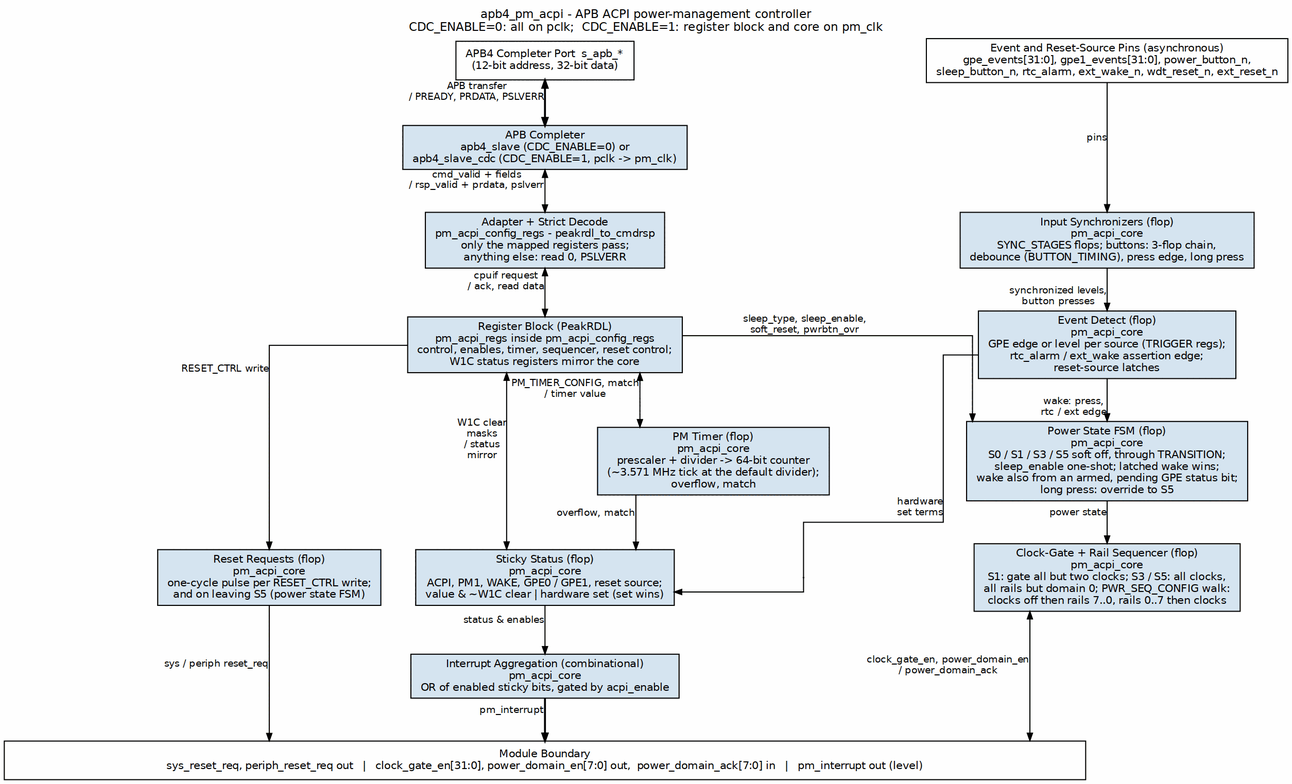
Earlier version of the Graphviz export projects/components/legacy-ip/retro_legacy_blocks/docs/pm_acpi_mas/assets/graphviz/pm_acpi_whole_unit.png (sean-galloway/RTLDesignSherpa). Its source is kept beside it as projects/components/legacy-ip/retro_legacy_blocks/docs/pm_acpi_mas/assets/graphviz/pm_acpi_whole_unit.dot.
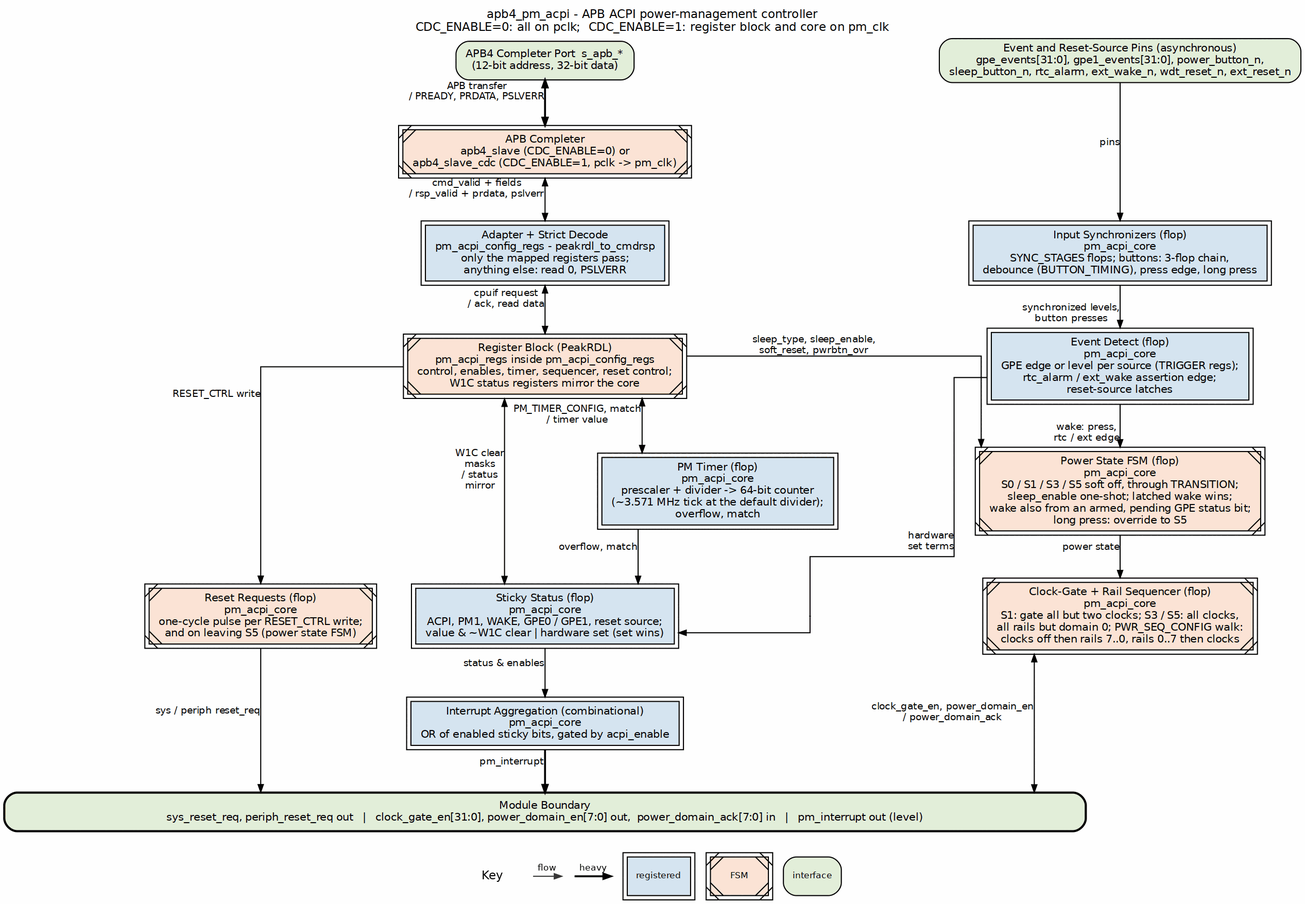
Later version of the same file.

What changed in the source:
```diff
@@ -4,29 +4,29 @@
            label="apb4_pm_acpi - APB ACPI power-management controller\nCDC_ENABLE=0: all on pclk;  CDC_ENABLE=1: register block and core on pm_clk",
            labelloc=t, labeljust=c];
     node  [fontname="Helvetica", fontsize=10, shape=box, style=filled,
-           fillcolor="#D6E4F0", color="black", margin="0.12,0.06"];
+           fillcolor="white", color="black", margin="0.12,0.06"];
     edge  [fontname="Helvetica", fontsize=9, color="black", arrowsize=0.7];
 
-    apb  [group=C, fillcolor="white", label="APB4 Completer Port  s_apb_*\n(12-bit address, 32-bit data)"];
-    pins [group=R, fillcolor="white", label="Event and Reset-Source Pins (asynchronous)\ngpe_events[31:0], gpe1_events[31:0], power_button_n,\nsleep_button_n, rtc_alarm, ext_wake_n, wdt_reset_n, ext_reset_n"];
+    apb  [group=C, fillcolor="white", label="APB4 Completer Port  s_apb_*\n(12-bit address, 32-bit data)", style="rounded,filled", fillcolor="#E2EFDA"];
+    pins [group=R, fillcolor="white", label="Event and Reset-Source Pins (asynchronous)\ngpe_events[31:0], gpe1_events[31:0], power_button_n,\nsleep_button_n, rtc_alarm, ext_wake_n, wdt_reset_n, ext_reset_n", style="rounded,filled", fillcolor="#E2EFDA"];
 
-    slv  [group=C, label="APB Completer\napb4_slave (CDC_ENABLE=0) or\napb4_slave_cdc (CDC_ENABLE=1, pclk -> pm_clk)"];
-    dec  [group=C, label="Adapter + Strict Decode\npm_acpi_config_regs - peakrdl_to_cmdrsp\nonly the mapped registers pass;\nanything else: read 0, PSLVERR"];
-    regs [group=C, label="Register Block (PeakRDL)\npm_acpi_regs inside pm_acpi_config_regs\ncontrol, enables, timer, sequencer, reset control;\nW1C status registers mirror the core"];
+    slv  [group=C, label="APB Completer\napb4_slave (CDC_ENABLE=0) or\napb4_slave_cdc (CDC_ENABLE=1, pclk -> pm_clk)", peripheries=2, style="filled,diagonals", fillcolor="#FCE4D6"];
+    dec  [group=C, label="Adapter + Strict Decode\npm_acpi_config_regs - peakrdl_to_cmdrsp\nonly the mapped registers pass;\nanything else: read 0, PSLVERR", peripheries=2, style="filled", fillcolor="#D6E4F0"];
+    regs [group=C, label="Register Block (PeakRDL)\npm_acpi_regs inside pm_acpi_config_regs\ncontrol, enables, timer, sequencer, reset control;\nW1C status registers mirror the core", peripheries=2, style="filled,diagonals", fillcolor="#FCE4D6"];
 
-    sync [group=R, label="Input Synchronizers (flop)\npm_acpi_core\nSYNC_STAGES flops; buttons: 3-flop chain,\ndebounce (BUTTON_TIMING), press edge, long press"];
-    det  [group=R, label="Event Detect (flop)\npm_acpi_core\nGPE edge or level per source (TRIGGER regs);\nrtc_alarm / ext_wake assertion edge;\nreset-source latches"];
+    sync [group=R, label="Input Synchronizers (flop)\npm_acpi_core\nSYNC_STAGES flops; buttons: 3-flop chain,\ndebounce (BUTTON_TIMING), press edge, long press", peripheries=2, style="filled", fillcolor="#D6E4F0"];
+    det  [group=R, label="Event Detect (flop)\npm_acpi_core\nGPE edge or level per source (TRIGGER regs);\nrtc_alarm / ext_wake assertion edge;\nreset-source latches", peripheries=2, style="filled", fillcolor="#D6E4F0"];
 
-    tmr  [group=L, label="PM Timer (flop)\npm_acpi_core\nprescaler + divider -> 64-bit counter\n(~3.571 MHz tick at the default divider);\noverflow, match"];
-    fsm  [group=R, label="Power State FSM (flop)\npm_acpi_core\nS0 / S1 / S3 / S5 soft off, through TRANSITION;\nsleep_enable one-shot; latched wake wins;\nwake also from an armed, pending GPE status bit;\nlong press: override to S5"];
-    sts  [group=C, label="Sticky Status (flop)\npm_acpi_core\nACPI, PM1, WAKE, GPE0 / GPE1, reset source;\nvalue & ~W1C clear | hardware set (set wins)"];
+    tmr  [group=L, label="PM Timer (flop)\npm_acpi_core\nprescaler + divider -> 64-bit counter\n(~3.571 MHz tick at the default divider);\noverflow, match", peripheries=2, style="filled", fillcolor="#D6E4F0"];
+    fsm  [group=R, label="Power State FSM (flop)\npm_acpi_core\nS0 / S1 / S3 / S5 soft off, through TRANSITION;\nsleep_enable one-shot; latched wake wins;\nwake also from an armed, pending GPE status bit;\nlong press: override to S5", peripheries=2, style="filled,diagonals", fillcolor="#FCE4D6"];
+    sts  [group=C, label="Sticky Status (flop)\npm_acpi_core\nACPI, PM1, WAKE, GPE0 / GPE1, reset source;\nvalue & ~W1C clear | hardware set (set wins)", peripheries=2, style="filled", fillcolor="#D6E4F0"];
 
-    rst  [group=L, label="Reset Requests (flop)\npm_acpi_core\none-cycle pulse per RESET_CTRL write;\nand on leaving S5 (power state FSM)"];
-    seq  [group=R, label="Clock-Gate + Rail Sequencer (flop)\npm_acpi_core\nS1: gate all but two clocks; S3 / S5: all clocks,\nall rails but domain 0; PWR_SEQ_CONFIG walk:\nclocks off then rails 7..0, rails 0..7 then clocks"];
-    irq  [group=C, label="Interrupt Aggregation (combinational)\npm_acpi_core\nOR of enabled sticky bits, gated by acpi_enable"];
+    rst  [group=L, label="Reset Requests (flop)\npm_acpi_core\none-cycle pulse per RESET_CTRL write;\nand on leaving S5 (power state FSM)", peripheries=2, style="filled,diagonals", fillcolor="#FCE4D6"];
+    seq  [group=R, label="Clock-Gate + Rail Sequencer (flop)\npm_acpi_core\nS1: gate all but two clocks; S3 / S5: all clocks,\nall rails but domain 0; PWR_SEQ_CONFIG walk:\nclocks off then rails 7..0, rails 0..7 then clocks", peripheries=2, style="filled,diagonals", fillcolor="#FCE4D6"];
+    irq  [group=C, label="Interrupt Aggregation (combinational)\npm_acpi_core\nOR of enabled sticky bits, gated by acpi_enable", peripheries=2, style="filled", fillcolor="#D6E4F0"];
 
     bar  [group=C, fillcolor="white", width=14.0,
-          label="Module Boundary\nsys_reset_req, periph_reset_req out   |   clock_gate_en[31:0], power_domain_en[7:0] out,  power_domain_ack[7:0] in   |   pm_interrupt out (level)"];
+          label="Module Boundary\nsys_reset_req, periph_reset_req out   |   clock_gate_en[31:0], power_domain_en[7:0] out,  power_domain_ack[7:0] in   |   pm_interrupt out (level)", style="rounded,filled,bold", fillcolor="#E2EFDA"];
 
     apb  -> slv  [dir=both, penwidth=1.8, xlabel="APB transfer\n/ PREADY, PRDATA, PSLVERR"];
     slv  -> dec  [dir=both, xlabel="cmd_valid + fields\n/ rsp_valid + prdata, pslverr"];
```
